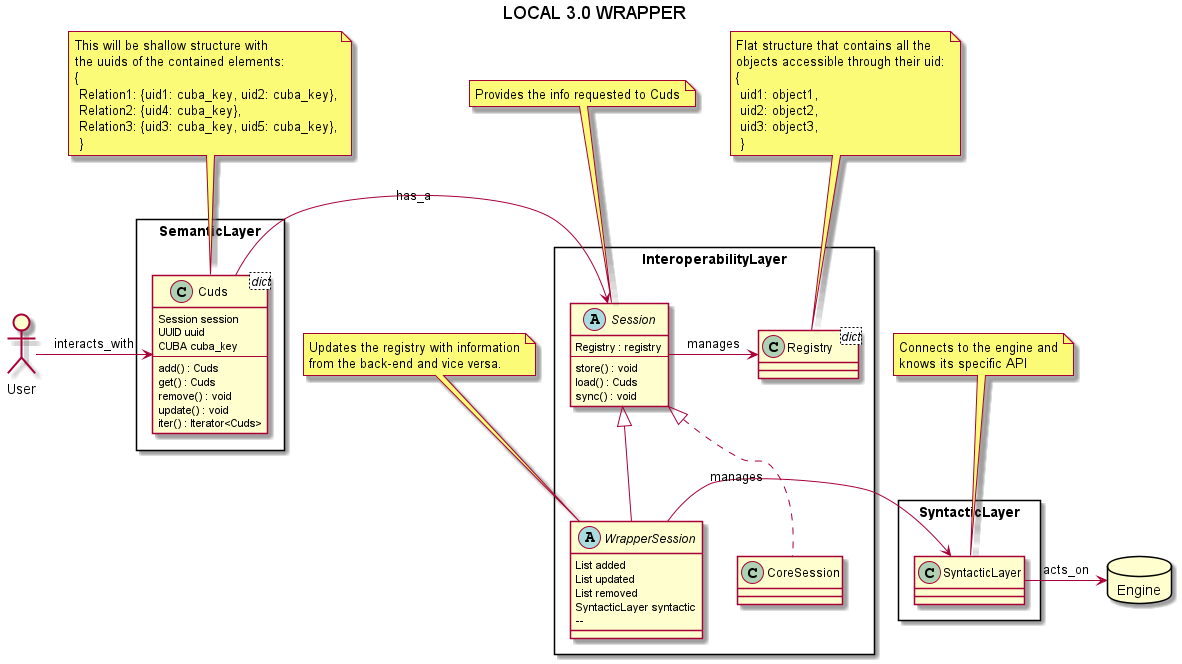
This is img/local_wrapper.png from simphony/wrapper-development, a PlantUML export, as it was before one commit.
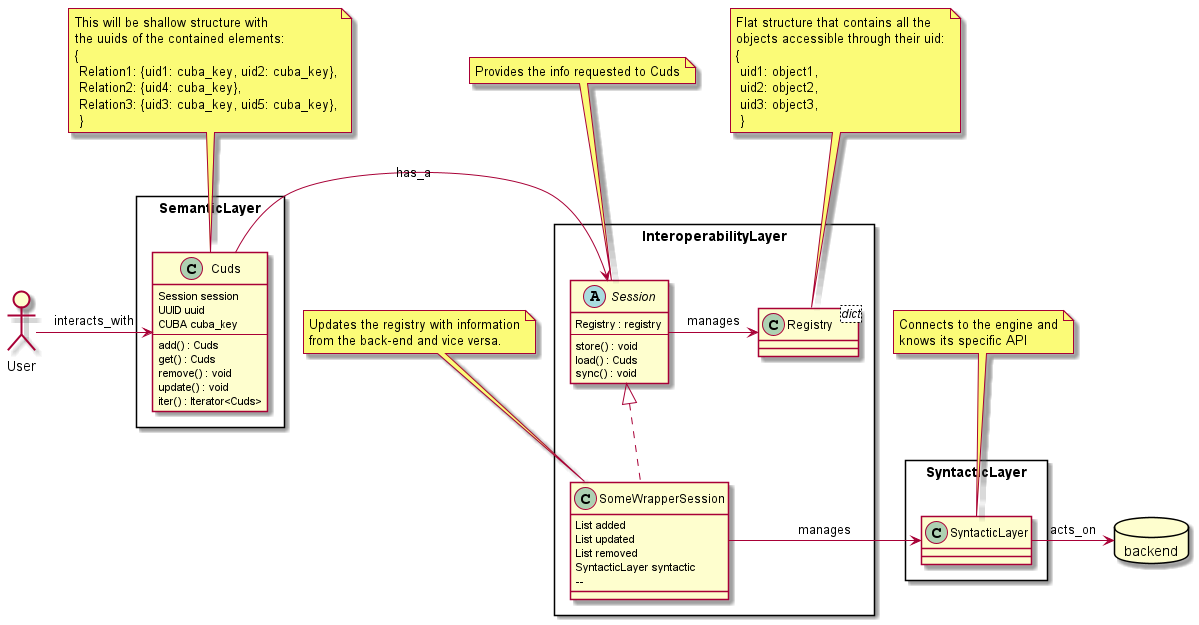
The same diagram one commit later.

Diff of the diagram source:
```diff
@@ -1,101 +1,92 @@
 @startuml
-  allow_mixing
-  skinparam packageStyle rectangle
-  title LOCAL 3.0 WRAPPER
-  actor User
+allow_mixing
+actor User
 
-  namespace SemanticLayer {
+rectangle SemanticLayer {
 
-   class Cuds <dict> {
-    Session session
-    UUID uuid
-    CUBA cuba_key
-    --
-    add() : Cuds
-    get() : Cuds
-    remove() : void
-    update() : void
-    iter() : Iterator<Cuds>
-   }
+ class Cuds {
+  Session session
+  UUID uuid
+  CUBA cuba_key
+  --
+  add() : Cuds
+  get() : Cuds
+  remove() : void
+  update() : void
+  iter() : Iterator<Cuds>
+ }
+}
+
+rectangle InteroperabilityLayer {
+
+ class Registry <dict> {
+ }
+
+ abstract class Session {
+  Registry : registry
+  --
+  store() : void
+  load() : Cuds
+  sync() : void
+ }
+
+ class SomeWrapperSession implements Session {
+  List added
+  List updated
+  List removed
+  SyntacticLayer syntactic
+  --
+ }
+}
+
+rectangle SyntacticLayer {
+  class SyntacticLayer {
   }
+}
 
-  namespace InteroperabilityLayer {
-
-   class Registry <dict> {
-   }
-
-   abstract class Session {
-    Registry : registry
-    --
-    store() : void
-    load() : Cuds
-    sync() : void
-   }
-
-   class CoreSession implements InteroperabilityLayer.Session {
-   }
-
-   abstract class WrapperSession extends InteroperabilityLayer.Session {
-    List added
-    List updated
-    List removed
-    SyntacticLayer syntactic
-    --
-   }
-  }
-
-  namespace SyntacticLayer {
-    class SyntacticLayer {
-    }
-  }
-
-  database Engine
+database backend
 
 
+User -> Cuds : interacts_with
 
-  User -> SemanticLayer.Cuds : interacts_with
+Cuds -> Session : has_a
+Session -> Registry : manages
 
-  SemanticLayer.Cuds -> InteroperabilityLayer.Session : has_a
-  InteroperabilityLayer.Session -> InteroperabilityLayer.Registry : manages
+SomeWrapperSession -> SyntacticLayer : manages
 
-  InteroperabilityLayer.WrapperSession -> SyntacticLayer.SyntacticLayer : manages
+SyntacticLayer -> backend : acts_on
 
-  SyntacticLayer.SyntacticLayer -> Engine : acts_on
+note top of Cuds
+ This will be shallow structure with
+ the uuids of the contained elements:
+ {
+  Relation1: {uid1: cuba_key, uid2: cuba_key},
+  Relation2: {uid4: cuba_key},
+  Relation3: {uid3: cuba_key, uid5: cuba_key},
+  }
+end note
 
+note top of Session
+ Provides the info requested to Cuds
+end note
 
+note top of SomeWrapperSession
+ Updates the registry with information
+ from the back-end and vice versa.
+end note
 
-  note top of SemanticLayer.Cuds
-   This will be shallow structure with
-   the uuids of the contained elements:
-   {
-    Relation1: {uid1: cuba_key, uid2: cuba_key},
-    Relation2: {uid4: cuba_key},
-    Relation3: {uid3: cuba_key, uid5: cuba_key},
-    }
-  end note
+note top of Registry
+ Flat structure that contains all the
+ objects accessible through their uid:
+ {
+  uid1: object1,
+  uid2: object2,
+  uid3: object3,
+  }
+end note
 
-  note top of InteroperabilityLayer.Session
-   Provides the info requested to Cuds
-  end note
-
-  note top of InteroperabilityLayer.WrapperSession
-   Updates the registry with information
-   from the back-end and vice versa.
-  end note
-
-  note top of InteroperabilityLayer.Registry
-   Flat structure that contains all the
-   objects accessible through their uid:
-   {
-    uid1: object1,
-    uid2: object2,
-    uid3: object3,
-    }
-  end note
-
-  note top of SyntacticLayer.SyntacticLayer
-   Connects to the engine and
-   knows its specific API
-  end note
-
-  @enduml
+note top of SyntacticLayer
+ Connects to the engine and
+ knows its specific API
+end note
+@enduml
```
